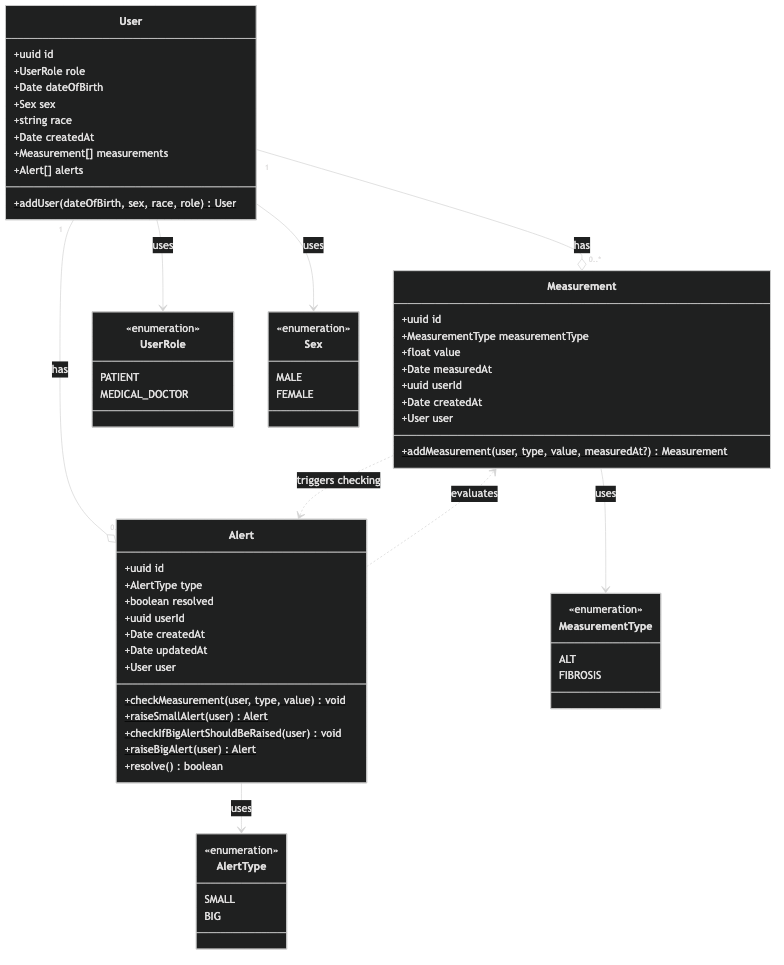
This is docs/images/domain-classes.png from arturwojnar/alerting-app-example, a Mermaid export, as it was before one commit. Its source is kept beside it as docs/mmd/domain-classes.mmd.
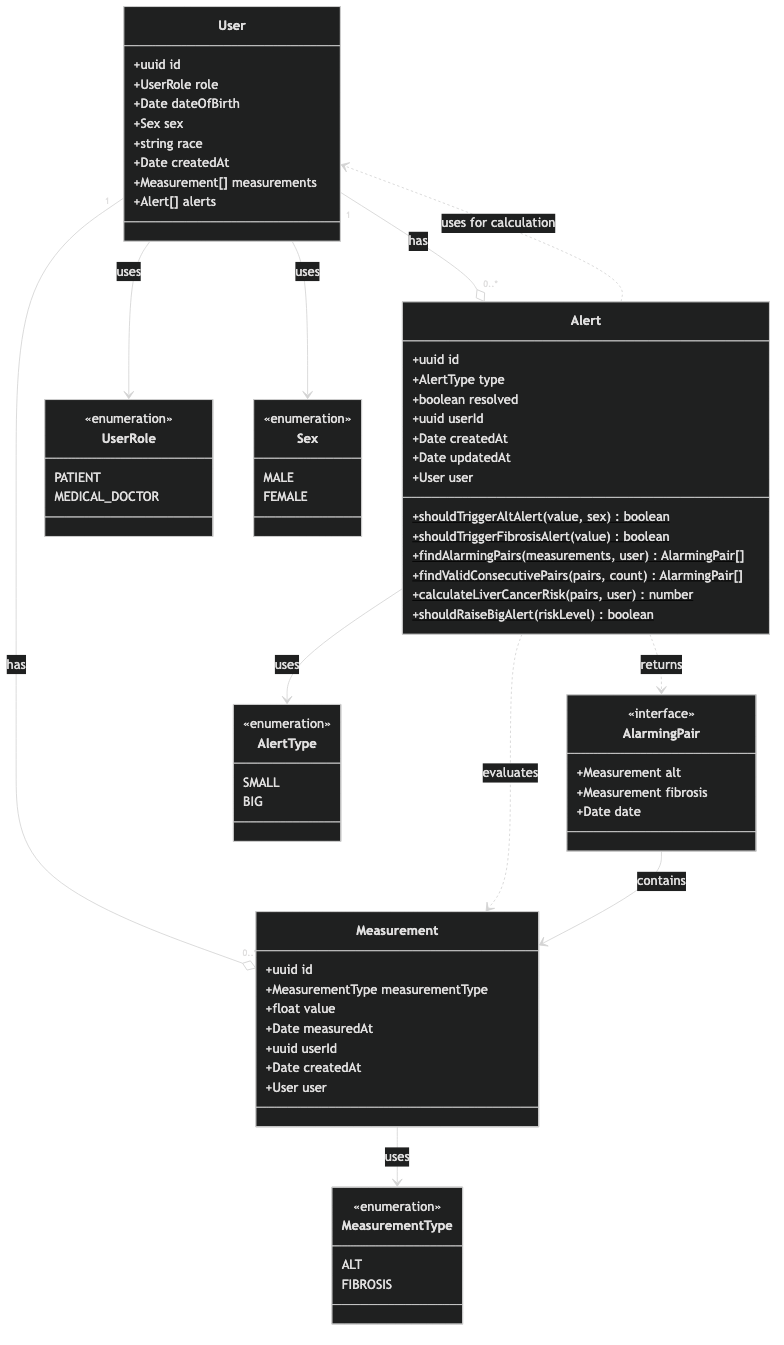
The same file after the commit.

Change to the diagram source:
```diff
@@ -8,7 +8,6 @@
         +Date createdAt
         +Measurement[] measurements
         +Alert[] alerts
-        +addUser(dateOfBirth, sex, race, role)$ User
     }
 
     class Measurement {
@@ -19,7 +18,6 @@
         +uuid userId
         +Date createdAt
         +User user
-        +addMeasurement(user, type, value, measuredAt?)$ Measurement
     }
 
     class Alert {
@@ -30,11 +28,19 @@
         +Date createdAt
         +Date updatedAt
         +User user
-        +checkMeasurement(user, type, value)$ void
-        +raiseSmallAlert(user)$ Alert
-        +checkIfBigAlertShouldBeRaised(user)$ void
-        +raiseBigAlert(user)$ Alert
-        +resolve() boolean
+        +shouldTriggerAltAlert(value, sex)$ boolean
+        +shouldTriggerFibrosisAlert(value)$ boolean
+        +findAlarmingPairs(measurements, user)$ AlarmingPair[]
+        +findValidConsecutivePairs(pairs, count)$ AlarmingPair[]
+        +calculateLiverCancerRisk(pairs, user)$ number
+        +shouldRaiseBigAlert(riskLevel)$ boolean
+    }
+
+    class AlarmingPair {
+        <<interface>>
+        +Measurement alt
+        +Measurement fibrosis
+        +Date date
     }
 
     class UserRole {
@@ -63,10 +69,12 @@
 
     User "1" --o "0..*" Measurement : has
     User "1" --o "0..*" Alert : has
-    Measurement ..> Alert : triggers checking
     Alert ..> Measurement : evaluates
+    Alert ..> User : uses for calculation
+    Alert ..> AlarmingPair : returns
 
     User --> UserRole : uses
     User --> Sex : uses
     Measurement --> MeasurementType : uses
     Alert --> AlertType : uses
+    AlarmingPair --> Measurement : contains
```
